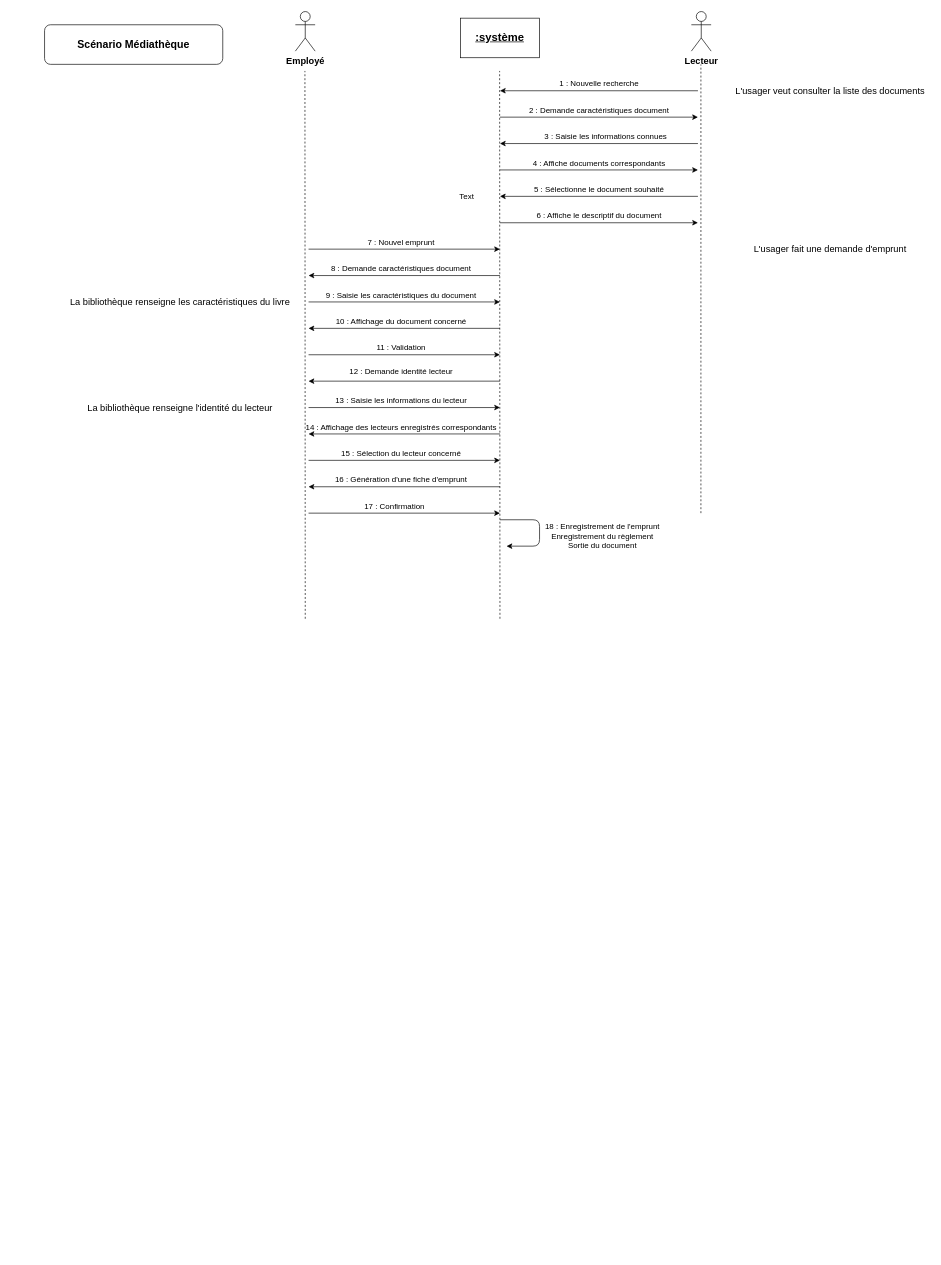
Above: Développer des composants d'interface/Maquetter une application/UML Partie 1/Phase 3 - Diagramme de séquence système/diagramme_de_sequence_systeme.drawio in BaltoClem/Travaux_CDA (draw.io), before the change. Source tidied: cells renumbered, new cells numbered last; positions are measured from the earlier drawing's top-left corner, leaving out a move shared by most shapes. Both pictures are drawn from the tidied source at 66%, with x=0, y=0 at pixel (44, 11).
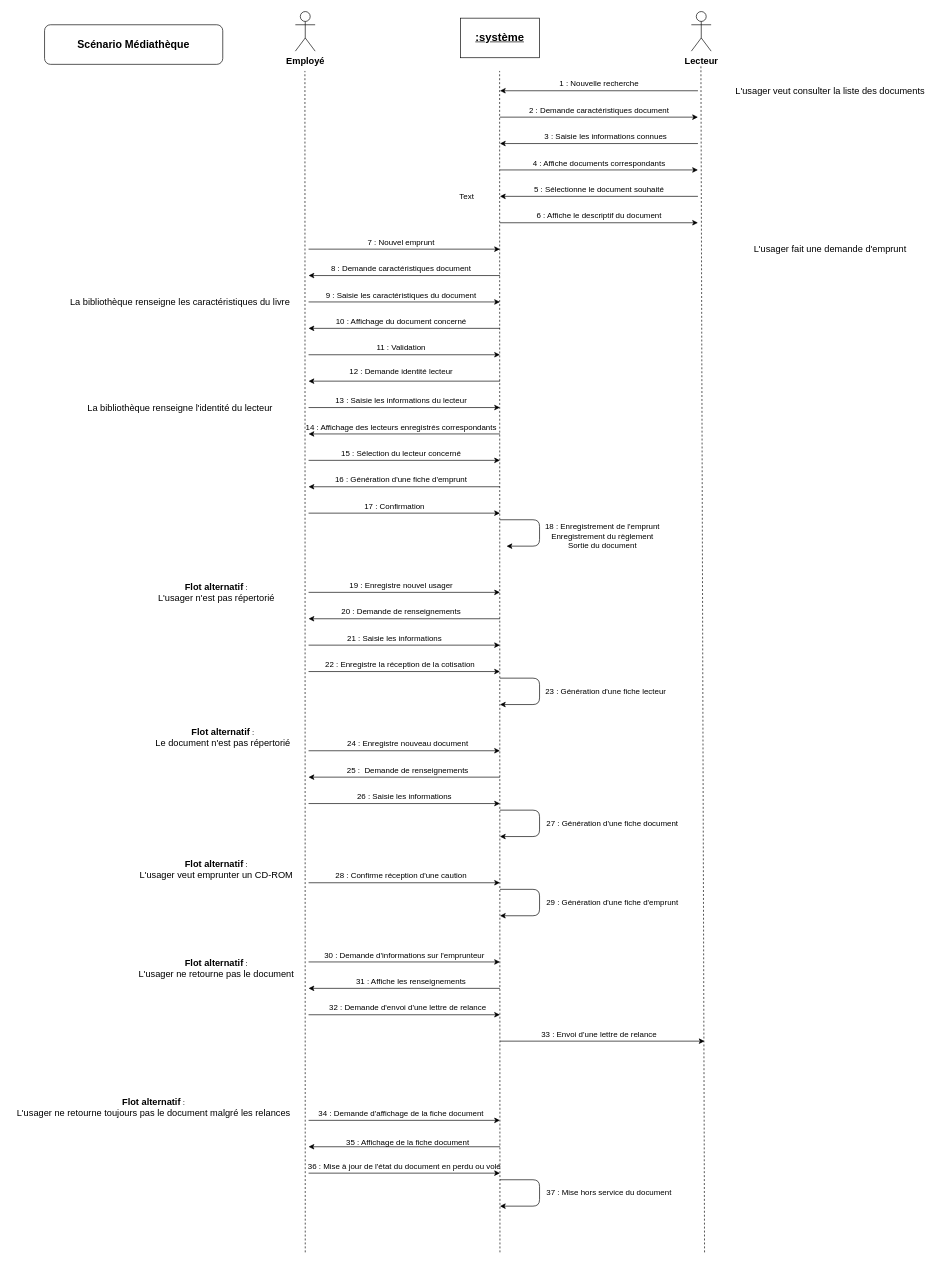
The same diagram, later.

Commit message (it also covers changes not shown here):
MAJ Rédaction cas d'utilisation + Phase 3 ok

What changed in the source:
```diff
@@
     <mxCell id="2" style="endArrow=none;dashed=1;html=1;" parent="1" edge="1">
       <mxGeometry relative="1" as="geometry">
-        <mxPoint x="395" y="920" as="sourcePoint" />
+        <mxPoint x="395" y="1880" as="sourcePoint" />
         <mxPoint x="394.5" y="90" as="targetPoint" />
       </mxGeometry>
     </mxCell>
     <mxCell id="3" style="endArrow=none;dashed=1;html=1;" parent="1" edge="1">
       <mxGeometry relative="1" as="geometry">
-        <mxPoint x="690" y="920" as="sourcePoint" />
+        <mxPoint x="690" y="1880" as="sourcePoint" />
         <mxPoint x="689.5" y="90" as="targetPoint" />
       </mxGeometry>
     </mxCell>
@@
     <mxCell id="6" style="endArrow=none;dashed=1;html=1;" parent="1" edge="1">
       <mxGeometry relative="1" as="geometry">
-        <mxPoint x="994.5" y="760" as="sourcePoint" />
+        <mxPoint x="1000" y="1880" as="sourcePoint" />
         <mxPoint x="994.5" y="80" as="targetPoint" />
       </mxGeometry>
     </mxCell>
@@
+    <mxCell id="50" value="&lt;font style=&quot;font-size: 14px&quot;&gt;&lt;b&gt;Flot alternatif&lt;/b&gt;&lt;/font&gt; :&lt;br&gt;&lt;font style=&quot;font-size: 14px&quot;&gt;L'usager n'est pas répertorié&lt;/font&gt;" style="text;html=1;align=center;verticalAlign=middle;" parent="1" vertex="1">
+      <mxGeometry x="165" y="860" width="190" height="40" as="geometry" />
+    </mxCell>
+    <mxCell id="51" style="endArrow=classic;html=1;" parent="1" edge="1">
+      <mxGeometry relative="1" as="geometry">
+        <mxPoint x="400" y="880" as="sourcePoint" />
+        <mxPoint x="690" y="880" as="targetPoint" />
+      </mxGeometry>
+    </mxCell>
+    <mxCell id="52" value="19 : Enregistre nouvel usager" style="text;html=1;align=center;verticalAlign=middle;" parent="1" vertex="1">
+      <mxGeometry x="455" y="860" width="170" height="20" as="geometry" />
+    </mxCell>
+    <mxCell id="53" style="endArrow=classic;html=1;" parent="1" edge="1">
+      <mxGeometry relative="1" as="geometry">
+        <mxPoint x="690" y="920" as="sourcePoint" />
+        <mxPoint x="400" y="920" as="targetPoint" />
+      </mxGeometry>
+    </mxCell>
+    <mxCell id="54" value="20 : Demande de renseignements" style="text;html=1;align=center;verticalAlign=middle;" parent="1" vertex="1">
+      <mxGeometry x="440" y="900" width="200" height="20" as="geometry" />
+    </mxCell>
+    <mxCell id="55" style="endArrow=classic;html=1;" parent="1" edge="1">
+      <mxGeometry relative="1" as="geometry">
+        <mxPoint x="400" y="960" as="sourcePoint" />
+        <mxPoint x="690" y="960" as="targetPoint" />
+      </mxGeometry>
+    </mxCell>
+    <mxCell id="56" value="21 : Saisie les informations" style="text;html=1;align=center;verticalAlign=middle;" parent="1" vertex="1">
+      <mxGeometry x="450" y="940" width="160" height="20" as="geometry" />
+    </mxCell>
+    <mxCell id="57" style="endArrow=classic;html=1;" parent="1" edge="1">
+      <mxGeometry relative="1" as="geometry">
+        <mxPoint x="690" y="1010" as="sourcePoint" />
+        <mxPoint x="690" y="1050" as="targetPoint" />
+        <Array as="points">
+          <mxPoint x="750" y="1010" />
+          <mxPoint x="750" y="1050" />
+        </Array>
+      </mxGeometry>
+    </mxCell>
+    <mxCell id="58" value="23 : Génération d'une fiche lecteur" style="text;html=1;align=center;verticalAlign=middle;" parent="1" vertex="1">
+      <mxGeometry x="750" y="1020" width="200" height="20" as="geometry" />
+    </mxCell>
+    <mxCell id="59" style="endArrow=classic;html=1;" parent="1" edge="1">
+      <mxGeometry relative="1" as="geometry">
+        <mxPoint x="400" y="1000" as="sourcePoint" />
+        <mxPoint x="690" y="1000" as="targetPoint" />
+      </mxGeometry>
+    </mxCell>
+    <mxCell id="60" value="22 : Enregistre la réception de la cotisation&amp;nbsp;" style="text;html=1;align=center;verticalAlign=middle;" parent="1" vertex="1">
+      <mxGeometry x="415" y="980" width="250" height="20" as="geometry" />
+    </mxCell>
+    <mxCell id="61" value="&lt;font style=&quot;font-size: 14px&quot;&gt;&lt;b&gt;Flot alternatif&lt;/b&gt;&lt;/font&gt; :&lt;br&gt;&lt;font style=&quot;font-size: 14px&quot;&gt;Le document n'est pas répertorié&lt;/font&gt;" style="text;html=1;align=center;verticalAlign=middle;" parent="1" vertex="1">
+      <mxGeometry x="160" y="1080" width="220" height="40" as="geometry" />
+    </mxCell>
+    <mxCell id="62" style="endArrow=classic;html=1;" parent="1" edge="1">
+      <mxGeometry relative="1" as="geometry">
+        <mxPoint x="400" y="1120" as="sourcePoint" />
+        <mxPoint x="690" y="1120" as="targetPoint" />
+      </mxGeometry>
+    </mxCell>
+    <mxCell id="63" value="24 : Enregistre nouveau document" style="text;html=1;align=center;verticalAlign=middle;" parent="1" vertex="1">
+      <mxGeometry x="450" y="1100" width="200" height="20" as="geometry" />
+    </mxCell>
+    <mxCell id="64" style="endArrow=classic;html=1;" parent="1" edge="1">
+      <mxGeometry relative="1" as="geometry">
+        <mxPoint x="690" y="1160" as="sourcePoint" />
+        <mxPoint x="400" y="1160" as="targetPoint" />
+      </mxGeometry>
+    </mxCell>
+    <mxCell id="65" value="25 :&amp;nbsp; Demande de renseignements" style="text;html=1;align=center;verticalAlign=middle;" parent="1" vertex="1">
+      <mxGeometry x="450" y="1140" width="200" height="20" as="geometry" />
+    </mxCell>
+    <mxCell id="66" style="endArrow=classic;html=1;" parent="1" edge="1">
+      <mxGeometry relative="1" as="geometry">
+        <mxPoint x="400" y="1200" as="sourcePoint" />
+        <mxPoint x="690" y="1200" as="targetPoint" />
+      </mxGeometry>
+    </mxCell>
+    <mxCell id="67" value="26 : Saisie les informations" style="text;html=1;align=center;verticalAlign=middle;" parent="1" vertex="1">
+      <mxGeometry x="465" y="1180" width="160" height="20" as="geometry" />
+    </mxCell>
+    <mxCell id="68" style="endArrow=classic;html=1;" parent="1" edge="1">
+      <mxGeometry relative="1" as="geometry">
+        <mxPoint x="690" y="1210" as="sourcePoint" />
+        <mxPoint x="690" y="1250" as="targetPoint" />
+        <Array as="points">
+          <mxPoint x="750" y="1210" />
+          <mxPoint x="750" y="1250" />
+        </Array>
+      </mxGeometry>
+    </mxCell>
+    <mxCell id="69" value="27 : Génération d'une fiche document" style="text;html=1;align=center;verticalAlign=middle;" parent="1" vertex="1">
+      <mxGeometry x="750" y="1220" width="220" height="20" as="geometry" />
+    </mxCell>
+    <mxCell id="70" value="&lt;font style=&quot;font-size: 14px&quot;&gt;&lt;b&gt;Flot alternatif&lt;/b&gt;&lt;/font&gt; :&lt;br&gt;&lt;font style=&quot;font-size: 14px&quot;&gt;L'usager veut emprunter un CD-ROM&lt;/font&gt;" style="text;html=1;align=center;verticalAlign=middle;" parent="1" vertex="1">
+      <mxGeometry x="135" y="1280" width="250" height="40" as="geometry" />
+    </mxCell>
+    <mxCell id="71" style="endArrow=classic;html=1;" parent="1" edge="1">
+      <mxGeometry relative="1" as="geometry">
+        <mxPoint x="400" y="1320" as="sourcePoint" />
+        <mxPoint x="690" y="1320" as="targetPoint" />
+      </mxGeometry>
+    </mxCell>
+    <mxCell id="72" value="28 : Confirme réception d'une caution" style="text;html=1;align=center;verticalAlign=middle;" parent="1" vertex="1">
+      <mxGeometry x="435" y="1300" width="210" height="20" as="geometry" />
+    </mxCell>
+    <mxCell id="73" style="endArrow=classic;html=1;" parent="1" edge="1">
+      <mxGeometry relative="1" as="geometry">
+        <mxPoint x="690" y="1330" as="sourcePoint" />
+        <mxPoint x="690" y="1370" as="targetPoint" />
+        <Array as="points">
+          <mxPoint x="750" y="1330" />
+          <mxPoint x="750" y="1370" />
+        </Array>
+      </mxGeometry>
+    </mxCell>
+    <mxCell id="74" value="29 : Génération d'une fiche d'emprunt" style="text;html=1;align=center;verticalAlign=middle;" parent="1" vertex="1">
+      <mxGeometry x="750" y="1340" width="220" height="20" as="geometry" />
+    </mxCell>
+    <mxCell id="75" value="&lt;font style=&quot;font-size: 14px&quot;&gt;&lt;b&gt;Flot alternatif&lt;/b&gt;&lt;/font&gt; :&lt;br&gt;&lt;font style=&quot;font-size: 14px&quot;&gt;L'usager ne retourne pas le document&lt;/font&gt;" style="text;html=1;align=center;verticalAlign=middle;" parent="1" vertex="1">
+      <mxGeometry x="135" y="1430" width="250" height="40" as="geometry" />
+    </mxCell>
+    <mxCell id="76" style="endArrow=classic;html=1;" parent="1" edge="1">
+      <mxGeometry relative="1" as="geometry">
+        <mxPoint x="400" y="1440" as="sourcePoint" />
+        <mxPoint x="690" y="1440" as="targetPoint" />
+      </mxGeometry>
+    </mxCell>
+    <mxCell id="77" value="30 : Demande d'informations sur l'emprunteur" style="text;html=1;align=center;verticalAlign=middle;" parent="1" vertex="1">
+      <mxGeometry x="415" y="1420" width="260" height="20" as="geometry" />
+    </mxCell>
+    <mxCell id="78" style="endArrow=classic;html=1;" parent="1" edge="1">
+      <mxGeometry relative="1" as="geometry">
+        <mxPoint x="690" y="1480" as="sourcePoint" />
+        <mxPoint x="400" y="1480" as="targetPoint" />
+      </mxGeometry>
+    </mxCell>
+    <mxCell id="79" value="31 : Affiche les renseignements" style="text;html=1;align=center;verticalAlign=middle;" parent="1" vertex="1">
+      <mxGeometry x="465" y="1460" width="180" height="20" as="geometry" />
+    </mxCell>
+    <mxCell id="80" style="endArrow=classic;html=1;" parent="1" edge="1">
+      <mxGeometry relative="1" as="geometry">
+        <mxPoint x="400" y="1520" as="sourcePoint" />
+        <mxPoint x="690" y="1520" as="targetPoint" />
+      </mxGeometry>
+    </mxCell>
+    <mxCell id="81" value="32 : Demande d'envoi d'une lettre de relance" style="text;html=1;align=center;verticalAlign=middle;" parent="1" vertex="1">
+      <mxGeometry x="425" y="1500" width="250" height="20" as="geometry" />
+    </mxCell>
+    <mxCell id="82" style="endArrow=classic;html=1;" parent="1" edge="1">
+      <mxGeometry relative="1" as="geometry">
+        <mxPoint x="690" y="1560" as="sourcePoint" />
+        <mxPoint x="1000" y="1560" as="targetPoint" />
+      </mxGeometry>
+    </mxCell>
+    <mxCell id="83" value="33 : Envoi d'une lettre de relance" style="text;html=1;align=center;verticalAlign=middle;" parent="1" vertex="1">
+      <mxGeometry x="745" y="1540" width="190" height="20" as="geometry" />
+    </mxCell>
+    <mxCell id="84" value="&lt;font style=&quot;font-size: 14px&quot;&gt;&lt;b&gt;Flot alternatif&lt;/b&gt;&lt;/font&gt; :&lt;br&gt;&lt;font style=&quot;font-size: 14px&quot;&gt;L'usager ne retourne toujours pas le document malgré les relances&lt;/font&gt;" style="text;html=1;align=center;verticalAlign=middle;" parent="1" vertex="1">
+      <mxGeometry x="-50" y="1640" width="430" height="40" as="geometry" />
+    </mxCell>
+    <mxCell id="85" style="endArrow=classic;html=1;" parent="1" edge="1">
+      <mxGeometry relative="1" as="geometry">
+        <mxPoint x="400" y="1680" as="sourcePoint" />
+        <mxPoint x="690" y="1680" as="targetPoint" />
+      </mxGeometry>
+    </mxCell>
+    <mxCell id="86" value="34 : Demande d'affichage de la fiche document" style="text;html=1;align=center;verticalAlign=middle;" parent="1" vertex="1">
+      <mxGeometry x="405" y="1660" width="270" height="20" as="geometry" />
+    </mxCell>
+    <mxCell id="87" style="endArrow=classic;html=1;" parent="1" edge="1">
+      <mxGeometry relative="1" as="geometry">
+        <mxPoint x="690" y="1720" as="sourcePoint" />
+        <mxPoint x="400" y="1720" as="targetPoint" />
+      </mxGeometry>
+    </mxCell>
+    <mxCell id="88" value="35 : Affichage de la fiche document" style="text;html=1;align=center;verticalAlign=middle;" parent="1" vertex="1">
+      <mxGeometry x="450" y="1704" width="200" height="20" as="geometry" />
+    </mxCell>
+    <mxCell id="89" style="endArrow=classic;html=1;" parent="1" edge="1">
+      <mxGeometry relative="1" as="geometry">
+        <mxPoint x="400" y="1760" as="sourcePoint" />
+        <mxPoint x="690" y="1760" as="targetPoint" />
+      </mxGeometry>
+    </mxCell>
+    <mxCell id="90" value="36 : Mise à jour de l'état du document en perdu ou volé" style="text;html=1;align=center;verticalAlign=middle;" parent="1" vertex="1">
+      <mxGeometry x="390" y="1740" width="310" height="20" as="geometry" />
+    </mxCell>
+    <mxCell id="91" style="endArrow=classic;html=1;" parent="1" edge="1">
+      <mxGeometry relative="1" as="geometry">
+        <mxPoint x="690" y="1770" as="sourcePoint" />
+        <mxPoint x="690" y="1810" as="targetPoint" />
+        <Array as="points">
+          <mxPoint x="750" y="1770" />
+          <mxPoint x="750" y="1810" />
+        </Array>
+      </mxGeometry>
+    </mxCell>
+    <mxCell id="92" value="37 : Mise hors service du document" style="text;html=1;align=center;verticalAlign=middle;" parent="1" vertex="1">
+      <mxGeometry x="755" y="1780" width="200" height="20" as="geometry" />
+    </mxCell>
```
